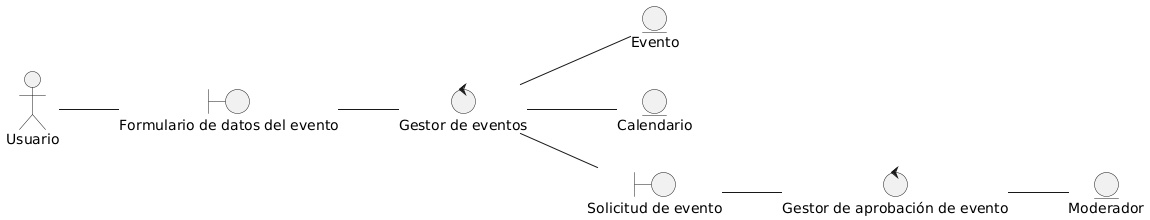
Andreinalcm/Proyecto_de_inge_grupo4 keeps this PlantUML diagram as docs/logicalView/DisciplinaDeAnalisis/DiagramaClasesAnalisisPublicarEvento.png. Above is the earlier version. Its diagram source:
```plantuml
@startuml
left to right direction

Actor Usuario

boundary "Formulario de datos del evento" as form
control "Gestor de eventos" as gestor
control "Gestor de aprobación de evento" as gestorEvento
entity Evento as event
entity Calendario
entity "Moderador" as mod
boundary "Solicitud de evento" as soli

Usuario -- form
form -- gestor
gestor -- event
gestor -- Calendario
gestor -- soli
soli -- gestorEvento
gestorEvento -- mod
@enduml
```
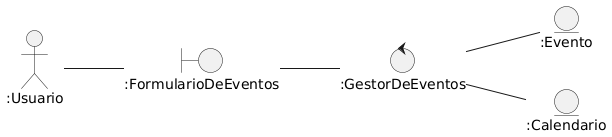
Above is the later version.

What changed in the source:
```diff
@@ -1,21 +1,16 @@
 @startuml
 left to right direction
 
-Actor Usuario
+Actor ":Usuario" as u
 
-boundary "Formulario de datos del evento" as form
-control "Gestor de eventos" as gestor
-control "Gestor de aprobación de evento" as gestorEvento
-entity Evento as event
-entity Calendario
-entity "Moderador" as mod
-boundary "Solicitud de evento" as soli
+boundary ":FormularioDeEventos" as form
+control ":GestorDeEventos" as gestor
 
-Usuario -- form
+entity ":Evento" as event
+entity ":Calendario" as c
+
+u-- form
 form -- gestor
 gestor -- event
-gestor -- Calendario
-gestor -- soli
-soli -- gestorEvento
-gestorEvento -- mod
+gestor -- c
 @enduml
```
